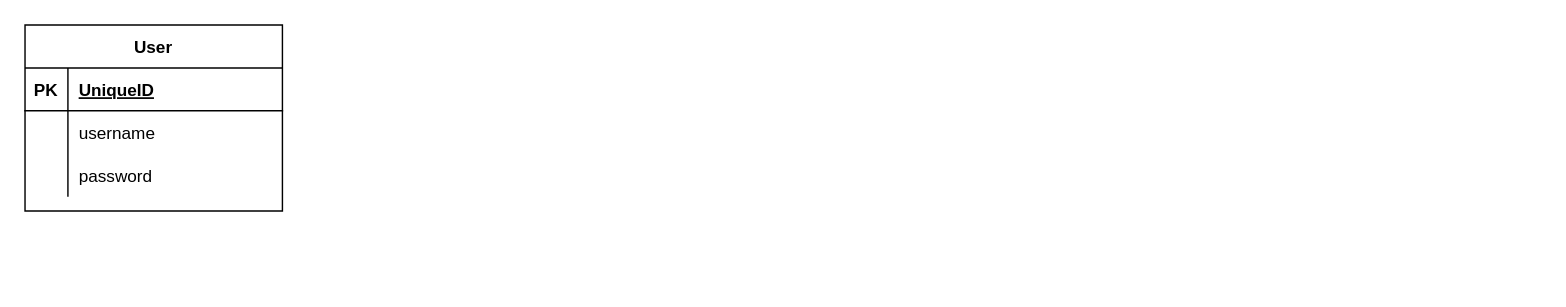
This is notes/erd.drawio from Dyvd4/ticketify, a draw.io file, before an edit. Source tidied: cells renumbered, new cells numbered last; positions are measured from the earlier drawing's top-left corner, leaving out a move shared by most shapes. Both pictures are drawn from the tidied source at 143%, with x=0, y=0 at pixel (24, 24).
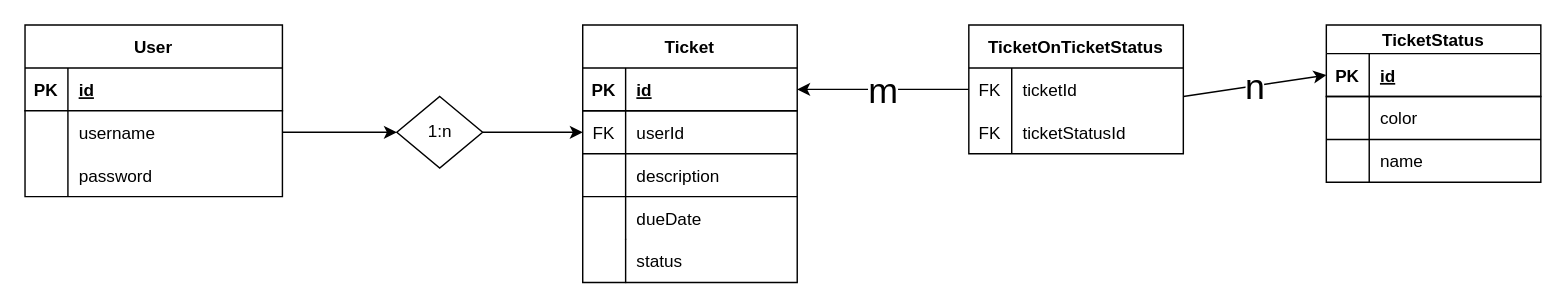
After the change.

Unchanged cells that the change refers to:
```xml
<mxCell id="3" style="shape=partialRectangle;fillColor=none;top=0;left=0;bottom=1;right=0;" parent="2" vertex="1">
  <mxGeometry y="30" width="180" height="30" as="geometry" />
</mxCell>
<mxCell id="6" style="shape=partialRectangle;fillColor=none;top=0;left=0;bottom=0;right=0;points=[[0,0.5],[1,0.5]];portConstraint=eastwest;" parent="2" vertex="1">
  <mxGeometry y="60" width="180" height="30" as="geometry" />
</mxCell>
```

Change to the diagram source:
```diff
@@
     <mxCell id="2" value="User" style="shape=table;startSize=30;childLayout=tableLayout;rowLines=0;fontStyle=1;align=center;" parent="1" vertex="1">
-      <mxGeometry width="180" height="130" as="geometry" />
+      <mxGeometry width="180" height="120" as="geometry" />
     </mxCell>
@@
-    <mxCell id="5" value="UniqueID" style="shape=partialRectangle;fillColor=none;top=0;left=0;bottom=0;right=0;align=left;spacingLeft=6;fontStyle=5;overflow=hidden;" parent="3" vertex="1">
+    <mxCell id="5" value="id" style="shape=partialRectangle;fillColor=none;top=0;left=0;bottom=0;right=0;align=left;spacingLeft=6;fontStyle=5;overflow=hidden;" parent="3" vertex="1">
       <mxGeometry x="30" width="150" height="30" as="geometry" />
     </mxCell>
@@
+    <mxCell id="12" value="Ticket" style="shape=table;startSize=30;childLayout=tableLayout;rowLines=1;fontStyle=1;align=center;" parent="1" vertex="1">
+      <mxGeometry x="390" width="150" height="180" as="geometry" />
+    </mxCell>
+    <mxCell id="13" style="shape=partialRectangle;fillColor=none;top=0;left=0;bottom=1;right=0;points=[[0,0.5],[1,0.5]];portConstraint=eastwest;" parent="12" vertex="1">
+      <mxGeometry y="30" width="150" height="30" as="geometry" />
+    </mxCell>
+    <mxCell id="14" value="PK" style="shape=partialRectangle;fillColor=none;top=0;left=0;bottom=0;right=0;fontStyle=1;overflow=hidden;" parent="13" vertex="1">
+      <mxGeometry width="30" height="30" as="geometry" />
+    </mxCell>
+    <mxCell id="15" value="id" style="shape=partialRectangle;fillColor=none;top=0;left=0;bottom=0;right=0;align=left;spacingLeft=6;fontStyle=5;overflow=hidden;" parent="13" vertex="1">
+      <mxGeometry x="30" width="120" height="30" as="geometry" />
+    </mxCell>
+    <mxCell id="16" style="shape=partialRectangle;fillColor=none;top=0;left=0;bottom=0;right=0;points=[[0,0.5],[1,0.5]];portConstraint=eastwest;" parent="12" vertex="1">
+      <mxGeometry y="60" width="150" height="30" as="geometry" />
+    </mxCell>
+    <mxCell id="17" value="FK" style="shape=partialRectangle;fillColor=none;top=0;left=0;bottom=0;right=0;overflow=hidden;" parent="16" vertex="1">
+      <mxGeometry width="30" height="30" as="geometry" />
+    </mxCell>
+    <mxCell id="18" value="userId" style="shape=partialRectangle;fillColor=none;top=0;left=0;bottom=0;right=0;align=left;spacingLeft=6;overflow=hidden;" parent="16" vertex="1">
+      <mxGeometry x="30" width="120" height="30" as="geometry" />
+    </mxCell>
+    <mxCell id="19" style="shape=partialRectangle;fillColor=none;top=0;left=0;bottom=0;right=0;" parent="12" vertex="1">
+      <mxGeometry y="90" width="150" height="30" as="geometry" />
+    </mxCell>
+    <mxCell id="20" style="shape=partialRectangle;fillColor=none;top=0;left=0;bottom=0;right=0;overflow=hidden;" parent="19" vertex="1">
+      <mxGeometry width="30" height="30" as="geometry" />
+    </mxCell>
+    <mxCell id="21" value="description" style="shape=partialRectangle;fillColor=none;top=0;left=0;bottom=0;right=0;align=left;spacingLeft=6;overflow=hidden;" parent="19" vertex="1">
+      <mxGeometry x="30" width="120" height="30" as="geometry" />
+    </mxCell>
+    <mxCell id="22" style="shape=partialRectangle;fillColor=none;top=0;left=0;bottom=0;right=0;" parent="12" vertex="1">
+      <mxGeometry y="120" width="150" height="30" as="geometry" />
+    </mxCell>
+    <mxCell id="23" style="shape=partialRectangle;fillColor=none;top=0;left=0;bottom=0;right=0;overflow=hidden;" parent="22" vertex="1">
+      <mxGeometry width="30" height="30" as="geometry" />
+    </mxCell>
+    <mxCell id="24" value="dueDate" style="shape=partialRectangle;fillColor=none;top=0;left=0;bottom=0;right=0;align=left;spacingLeft=6;overflow=hidden;" parent="22" vertex="1">
+      <mxGeometry x="30" width="120" height="30" as="geometry" />
+    </mxCell>
+    <mxCell id="25" style="edgeStyle=none;html=1;exitX=1;exitY=0.5;exitDx=0;exitDy=0;" parent="1" edge="1" source="6" target="27">
+      <mxGeometry relative="1" as="geometry" />
+    </mxCell>
+    <mxCell id="26" style="edgeStyle=none;html=1;entryX=0;entryY=0.5;entryDx=0;entryDy=0;" parent="1" edge="1" source="27" target="16">
+      <mxGeometry relative="1" as="geometry" />
+    </mxCell>
+    <mxCell id="27" value="1:n" style="shape=rhombus;html=1;dashed=0;whitespace=wrap;perimeter=rhombusPerimeter;" parent="1" vertex="1">
+      <mxGeometry x="260" y="50" width="60" height="50" as="geometry" />
+    </mxCell>
+    <mxCell id="28" value="TicketStatus" style="shape=table;startSize=20;childLayout=tableLayout;rowLines=1;fontStyle=1;align=center;columnLines=1;" parent="1" vertex="1">
+      <mxGeometry x="910" width="150" height="110" as="geometry" />
+    </mxCell>
+    <mxCell id="29" style="shape=partialRectangle;fillColor=none;top=0;left=0;bottom=1;right=0;points=[[0,0.5],[1,0.5]];portConstraint=eastwest;" parent="28" vertex="1">
+      <mxGeometry y="20" width="150" height="30" as="geometry" />
+    </mxCell>
+    <mxCell id="30" value="PK" style="shape=partialRectangle;fillColor=none;top=0;left=0;bottom=0;right=0;fontStyle=1;overflow=hidden;" parent="29" vertex="1">
+      <mxGeometry width="30" height="30" as="geometry" />
+    </mxCell>
+    <mxCell id="31" value="id" style="shape=partialRectangle;fillColor=none;top=0;left=0;bottom=0;right=0;align=left;spacingLeft=6;fontStyle=5;overflow=hidden;" parent="29" vertex="1">
+      <mxGeometry x="30" width="120" height="30" as="geometry" />
+    </mxCell>
+    <mxCell id="32" style="shape=partialRectangle;fillColor=none;top=0;left=0;bottom=0;right=0;" parent="28" vertex="1">
+      <mxGeometry y="50" width="150" height="30" as="geometry" />
+    </mxCell>
+    <mxCell id="33" style="shape=partialRectangle;fillColor=none;top=0;left=0;bottom=0;right=0;overflow=hidden;" parent="32" vertex="1">
+      <mxGeometry width="30" height="30" as="geometry" />
+    </mxCell>
+    <mxCell id="34" value="color" style="shape=partialRectangle;fillColor=none;top=0;left=0;bottom=0;right=0;align=left;spacingLeft=6;overflow=hidden;" parent="32" vertex="1">
+      <mxGeometry x="30" width="120" height="30" as="geometry" />
+    </mxCell>
+    <mxCell id="35" style="shape=partialRectangle;fillColor=none;top=0;left=0;bottom=0;right=0;" parent="28" vertex="1">
+      <mxGeometry y="80" width="150" height="30" as="geometry" />
+    </mxCell>
+    <mxCell id="36" style="shape=partialRectangle;fillColor=none;top=0;left=0;bottom=0;right=0;overflow=hidden;" parent="35" vertex="1">
+      <mxGeometry width="30" height="30" as="geometry" />
+    </mxCell>
+    <mxCell id="37" value="name" style="shape=partialRectangle;fillColor=none;top=0;left=0;bottom=0;right=0;align=left;spacingLeft=6;overflow=hidden;" parent="35" vertex="1">
+      <mxGeometry x="30" width="120" height="30" as="geometry" />
+    </mxCell>
+    <mxCell id="38" value="TicketOnTicketStatus" style="shape=table;startSize=30;childLayout=tableLayout;rowLines=0;fontStyle=1;align=center;" parent="1" vertex="1">
+      <mxGeometry x="660" width="150" height="90" as="geometry" />
+    </mxCell>
+    <mxCell id="39" style="shape=partialRectangle;fillColor=none;top=0;left=0;bottom=0;right=0;points=[[0,0.5],[1,0.5]];portConstraint=eastwest;" parent="38" vertex="1">
+      <mxGeometry y="30" width="150" height="30" as="geometry" />
+    </mxCell>
+    <mxCell id="40" value="FK" style="shape=partialRectangle;fillColor=none;top=0;left=0;bottom=0;right=0;overflow=hidden;" parent="39" vertex="1">
+      <mxGeometry width="30" height="30" as="geometry" />
+    </mxCell>
+    <mxCell id="41" value="ticketId" style="shape=partialRectangle;fillColor=none;top=0;left=0;bottom=0;right=0;align=left;spacingLeft=6;overflow=hidden;" parent="39" vertex="1">
+      <mxGeometry x="30" width="120" height="30" as="geometry" />
+    </mxCell>
+    <mxCell id="42" style="shape=partialRectangle;fillColor=none;top=0;left=0;bottom=0;right=0;" parent="38" vertex="1">
+      <mxGeometry y="60" width="150" height="30" as="geometry" />
+    </mxCell>
+    <mxCell id="43" value="FK" style="shape=partialRectangle;fillColor=none;top=0;left=0;bottom=0;right=0;overflow=hidden;" parent="42" vertex="1">
+      <mxGeometry width="30" height="30" as="geometry" />
+    </mxCell>
+    <mxCell id="44" value="ticketStatusId" style="shape=partialRectangle;fillColor=none;top=0;left=0;bottom=0;right=0;align=left;spacingLeft=6;overflow=hidden;" parent="42" vertex="1">
+      <mxGeometry x="30" width="120" height="30" as="geometry" />
+    </mxCell>
+    <mxCell id="45" value="n" style="edgeStyle=none;html=1;entryX=0;entryY=0.5;entryDx=0;entryDy=0;fontStyle=0;fontSize=25;" parent="1" edge="1" target="29">
+      <mxGeometry relative="1" as="geometry">
+        <mxPoint x="810" y="50" as="sourcePoint" />
+      </mxGeometry>
+    </mxCell>
+    <mxCell id="46" value="m" style="edgeStyle=none;html=1;entryX=1;entryY=0.5;entryDx=0;entryDy=0;fontSize=25;" parent="1" edge="1" source="39" target="13">
+      <mxGeometry relative="1" as="geometry" />
+    </mxCell>
+    <mxCell id="47" value="status" style="shape=partialRectangle;fillColor=none;top=0;left=1;bottom=0;right=0;align=left;spacingLeft=6;overflow=hidden;" parent="1" vertex="1">
+      <mxGeometry x="420" y="150" width="120" height="30" as="geometry" />
+    </mxCell>
```
